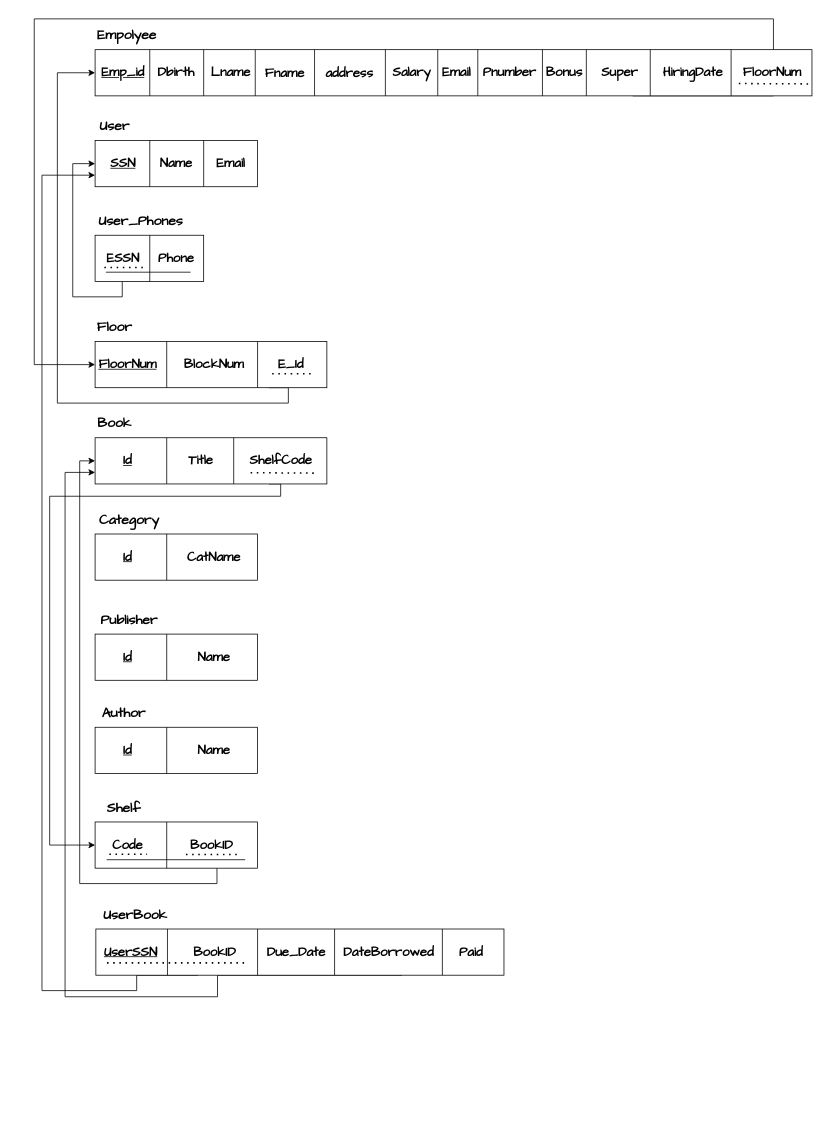
This is Mapping6.drawio from you22ef/ERDs, a draw.io file, before an edit. Source tidied: cells renumbered, new cells numbered last; positions are measured from the earlier drawing's top-left corner, leaving out a move shared by most shapes. Both pictures are drawn from the tidied source at 77%, with x=0, y=0 at pixel (34, 18).
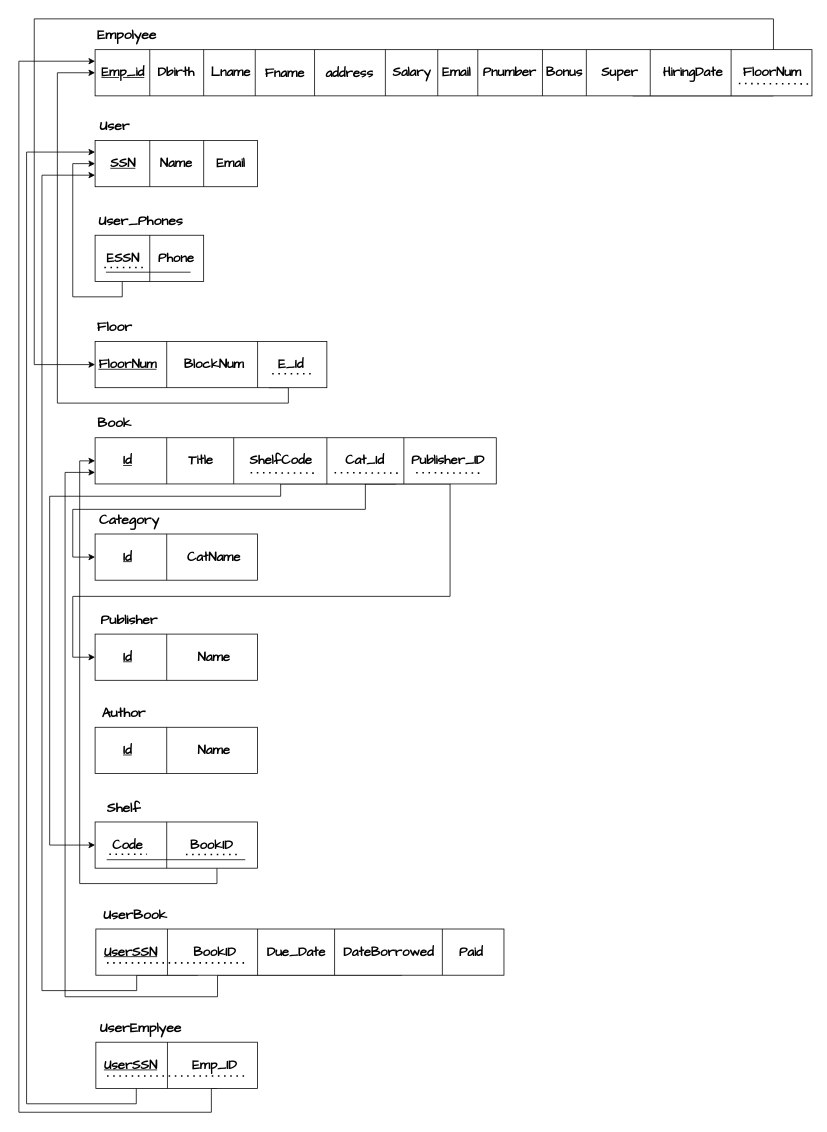
The same page after the edit.

The change refers to these unchanged cells:
```xml
<mxCell id="3" style="rounded=0;whiteSpace=wrap;html=1;fontFamily=Architects Daughter;" parent="1" vertex="1">
  <mxGeometry x="79" y="40" width="931" height="60" as="geometry" />
</mxCell>
<mxCell id="25" style="rounded=0;whiteSpace=wrap;html=1;fontFamily=Architects Daughter;" parent="1" vertex="1">
  <mxGeometry x="79" y="158" width="211" height="60" as="geometry" />
</mxCell>
<mxCell id="52" style="rounded=0;whiteSpace=wrap;html=1;fontFamily=Architects Daughter;" parent="1" vertex="1">
  <mxGeometry x="79" y="669" width="211" height="60" as="geometry" />
</mxCell>
<mxCell id="57" style="rounded=0;whiteSpace=wrap;html=1;fontFamily=Architects Daughter;" parent="1" vertex="1">
  <mxGeometry x="79" y="799" width="211" height="60" as="geometry" />
</mxCell>
```

What changed in the source:
```diff
@@
+    <mxCell id="101" style="edgeStyle=orthogonalEdgeStyle;rounded=0;jettySize=auto;html=1;exitX=0.75;exitY=1;exitDx=0;exitDy=0;entryX=0;entryY=0.5;entryDx=0;entryDy=0;" parent="1" edge="1" source="47" target="52">
+      <mxGeometry relative="1" as="geometry">
+        <Array as="points">
+          <mxPoint x="430" y="604" />
+          <mxPoint x="430" y="637" />
+          <mxPoint x="50" y="637" />
+          <mxPoint x="50" y="699" />
+        </Array>
+      </mxGeometry>
+    </mxCell>
+    <mxCell id="102" style="edgeStyle=orthogonalEdgeStyle;rounded=0;jettySize=auto;html=1;exitX=0.75;exitY=1;exitDx=0;exitDy=0;entryX=0;entryY=0.5;entryDx=0;entryDy=0;" parent="1" edge="1" source="47" target="57">
+      <mxGeometry relative="1" as="geometry">
+        <Array as="points">
+          <mxPoint x="540" y="604" />
+          <mxPoint x="540" y="750" />
+          <mxPoint x="50" y="750" />
+          <mxPoint x="50" y="829" />
+        </Array>
+      </mxGeometry>
+    </mxCell>
     <mxCell id="47" style="rounded=0;whiteSpace=wrap;html=1;fontFamily=Architects Daughter;" parent="1" vertex="1">
-      <mxGeometry x="79" y="544" width="301" height="60" as="geometry" />
+      <mxGeometry x="79" y="544" width="521" height="60" as="geometry" />
     </mxCell>
@@
+    <mxCell id="103" style="endArrow=none;html=1;rounded=0;fontFamily=Architects Daughter;" parent="1" edge="1">
+      <mxGeometry relative="1" as="geometry">
+        <mxPoint x="380" y="604" as="sourcePoint" />
+        <mxPoint x="380" y="544" as="targetPoint" />
+      </mxGeometry>
+    </mxCell>
+    <mxCell id="104" value="&lt;font style=&quot;font-size: 17px;&quot;&gt;&lt;b&gt;Cat_Id&lt;/b&gt;&lt;/font&gt;" style="text;html=1;align=center;verticalAlign=middle;strokeColor=none;fillColor=none;fontFamily=Architects Daughter;" parent="1" vertex="1">
+      <mxGeometry x="394" y="559" width="70" height="30" as="geometry" />
+    </mxCell>
+    <mxCell id="105" style="endArrow=none;dashed=1;html=1;dashPattern=1 3;strokeWidth=2;rounded=0;exitX=0.02;exitY=1.013;exitDx=0;exitDy=0;exitPerimeter=0;" parent="1" edge="1">
+      <mxGeometry relative="1" as="geometry">
+        <mxPoint x="390" y="589.4" as="sourcePoint" />
+        <mxPoint x="477" y="590" as="targetPoint" />
+      </mxGeometry>
+    </mxCell>
+    <mxCell id="106" style="endArrow=none;html=1;rounded=0;fontFamily=Architects Daughter;" parent="1" edge="1">
+      <mxGeometry relative="1" as="geometry">
+        <mxPoint x="480" y="604" as="sourcePoint" />
+        <mxPoint x="480" y="544" as="targetPoint" />
+      </mxGeometry>
+    </mxCell>
+    <mxCell id="107" value="&lt;font style=&quot;font-size: 17px;&quot;&gt;&lt;b&gt;Publisher_ID&lt;/b&gt;&lt;/font&gt;" style="text;html=1;align=center;verticalAlign=middle;strokeColor=none;fillColor=none;fontFamily=Architects Daughter;" parent="1" vertex="1">
+      <mxGeometry x="477" y="559" width="120" height="30" as="geometry" />
+    </mxCell>
+    <mxCell id="108" style="endArrow=none;dashed=1;html=1;dashPattern=1 3;strokeWidth=2;rounded=0;exitX=0.02;exitY=1.013;exitDx=0;exitDy=0;exitPerimeter=0;" parent="1" edge="1">
+      <mxGeometry relative="1" as="geometry">
+        <mxPoint x="496" y="589.4" as="sourcePoint" />
+        <mxPoint x="583" y="590" as="targetPoint" />
+      </mxGeometry>
+    </mxCell>
+    <mxCell id="109" style="edgeStyle=orthogonalEdgeStyle;rounded=0;jettySize=auto;html=1;exitX=0.25;exitY=1;exitDx=0;exitDy=0;entryX=0;entryY=0.25;entryDx=0;entryDy=0;" parent="1" edge="1" source="111" target="25">
+      <mxGeometry relative="1" as="geometry">
+        <Array as="points">
+          <mxPoint x="133" y="1409" />
+          <mxPoint x="-10" y="1409" />
+          <mxPoint x="-10" y="173" />
+        </Array>
+      </mxGeometry>
+    </mxCell>
+    <mxCell id="110" style="edgeStyle=orthogonalEdgeStyle;rounded=0;jettySize=auto;html=1;exitX=0.75;exitY=1;exitDx=0;exitDy=0;entryX=0;entryY=0.25;entryDx=0;entryDy=0;" parent="1" edge="1" source="111" target="3">
+      <mxGeometry relative="1" as="geometry">
+        <Array as="points">
+          <mxPoint x="230" y="1389" />
+          <mxPoint x="230" y="1420" />
+          <mxPoint x="-20" y="1420" />
+          <mxPoint x="-20" y="55" />
+        </Array>
+      </mxGeometry>
+    </mxCell>
+    <mxCell id="111" style="rounded=0;whiteSpace=wrap;html=1;fontFamily=Architects Daughter;" parent="1" vertex="1">
+      <mxGeometry x="80" y="1329" width="210" height="60" as="geometry" />
+    </mxCell>
+    <mxCell id="112" style="endArrow=none;html=1;rounded=0;fontFamily=Architects Daughter;" parent="1" edge="1">
+      <mxGeometry relative="1" as="geometry">
+        <mxPoint x="173" y="1389" as="sourcePoint" />
+        <mxPoint x="173" y="1329" as="targetPoint" />
+      </mxGeometry>
+    </mxCell>
+    <mxCell id="113" value="&lt;span style=&quot;font-size: 17px;&quot;&gt;&lt;b&gt;UserSSN&lt;/b&gt;&lt;/span&gt;" style="text;html=1;align=center;verticalAlign=middle;strokeColor=none;fillColor=none;fontStyle=4;fontFamily=Architects Daughter;" parent="1" vertex="1">
+      <mxGeometry x="80" y="1344" width="90" height="30" as="geometry" />
+    </mxCell>
+    <mxCell id="114" value="&lt;font style=&quot;font-size: 17px;&quot;&gt;&lt;b&gt;Emp_ID&lt;/b&gt;&lt;/font&gt;" style="text;html=1;align=center;verticalAlign=middle;strokeColor=none;fillColor=none;fontFamily=Architects Daughter;fontStyle=0;" parent="1" vertex="1">
+      <mxGeometry x="194" y="1344" width="80" height="30" as="geometry" />
+    </mxCell>
+    <mxCell id="115" value="&lt;b&gt;UserEmplyee&lt;/b&gt;" style="text;html=1;align=center;verticalAlign=middle;strokeColor=none;fillColor=none;fontFamily=Architects Daughter;fontSize=18;" parent="1" vertex="1">
+      <mxGeometry x="73" y="1290" width="130" height="40" as="geometry" />
+    </mxCell>
+    <mxCell id="116" style="endArrow=none;dashed=1;html=1;dashPattern=1 3;strokeWidth=2;rounded=0;" parent="1" edge="1">
+      <mxGeometry relative="1" as="geometry">
+        <mxPoint x="94.5" y="1373" as="sourcePoint" />
+        <mxPoint x="274.5" y="1373" as="targetPoint" />
+      </mxGeometry>
+    </mxCell>
```
